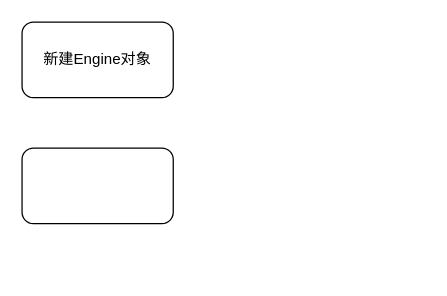
The draw.io diagram gin框架源码图.drawio in lishuai-0/picture_source_file_draw_io, before the edit. Source tidied: cells renumbered, new cells numbered last; positions are measured from the earlier drawing's top-left corner, leaving out a move shared by most shapes. Both pictures are drawn from the tidied source at 126%, with x=0, y=0 at pixel (21, 21).
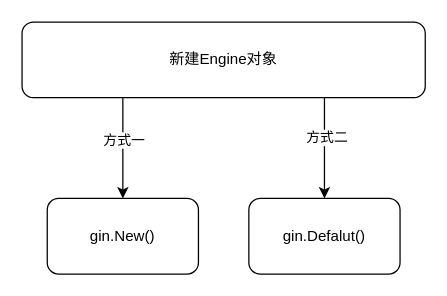
After the change.

Commit message (it also covers changes not shown here):
更新gin框架源码图.drawio

Diff of the diagram source:
```diff
@@
 <mxGraphModel>
   <root>
     <mxCell id="0" />
     <mxCell id="1" parent="0" />
+    <mxCell id="4" style="edgeStyle=orthogonalEdgeStyle;rounded=0;jettySize=auto;html=1;exitX=0.25;exitY=1;exitDx=0;exitDy=0;" parent="1" edge="1" source="2" target="8">
+      <mxGeometry relative="1" as="geometry" />
+    </mxCell>
+    <mxCell id="5" value="方式一" style="edgeLabel;html=1;align=center;verticalAlign=middle;" parent="4" vertex="1">
+      <mxGeometry x="-0.18" relative="1" as="geometry" />
+    </mxCell>
+    <mxCell id="6" style="edgeStyle=orthogonalEdgeStyle;rounded=0;jettySize=auto;html=1;exitX=0.75;exitY=1;exitDx=0;exitDy=0;" parent="1" edge="1" source="2" target="9">
+      <mxGeometry relative="1" as="geometry" />
+    </mxCell>
+    <mxCell id="7" value="方式二" style="edgeLabel;html=1;align=center;verticalAlign=middle;" parent="6" vertex="1">
+      <mxGeometry x="-0.23" y="1" relative="1" as="geometry" />
+    </mxCell>
     <mxCell id="2" value="新建Engine对象" style="rounded=1;whiteSpace=wrap;html=1;" parent="1" vertex="1">
-      <mxGeometry width="120" height="60" as="geometry" />
+      <mxGeometry width="320" height="60" as="geometry" />
     </mxCell>
-    <mxCell id="3" style="rounded=1;whiteSpace=wrap;html=1;" parent="1" vertex="1">
-      <mxGeometry y="100" width="120" height="60" as="geometry" />
-    </mxCell>
+    <mxCell id="8" value="gin.New()" style="rounded=1;whiteSpace=wrap;html=1;" parent="1" vertex="1">
+      <mxGeometry x="20" y="140" width="120" height="60" as="geometry" />
+    </mxCell>
+    <mxCell id="9" value="gin.Defalut()" style="rounded=1;whiteSpace=wrap;html=1;" parent="1" vertex="1">
+      <mxGeometry x="180" y="140" width="120" height="60" as="geometry" />
+    </mxCell>
   </root>
 </mxGraphModel>
```
